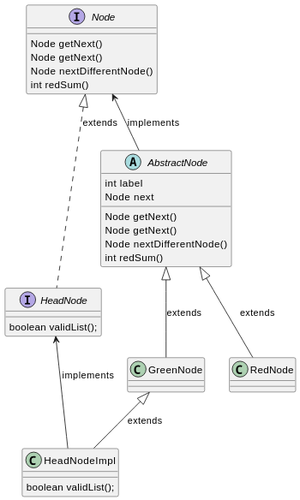
This is img/diagrams/plantuml/ass3_ex1.svg from unibz-oofp-25-26/unibz-oofp-25-26.github.io, a PlantUML export, as it was before one commit. The source it was exported from:
```plantuml
@startuml
scale 250 width

interface Node {
 Node getNext()
 Node getNext()
 Node nextDifferentNode()
 int redSum()
}

interface HeadNode {
  boolean validList();
}

abstract class AbstractNode {
 int label
 Node next

 Node getNext()
 Node getNext()
 Node nextDifferentNode()
 int redSum()

}

class GreenNode {

}

class RedNode {

}

class HeadNodeImpl {
  boolean validList();
}

GreenNode <|-- HeadNodeImpl : extends
AbstractNode <|-- RedNode : extends
AbstractNode <|-- GreenNode : extends

Node <|.. HeadNode : extends


HeadNode <-- HeadNodeImpl : implements
Node <-- AbstractNode : implements
@enduml
```
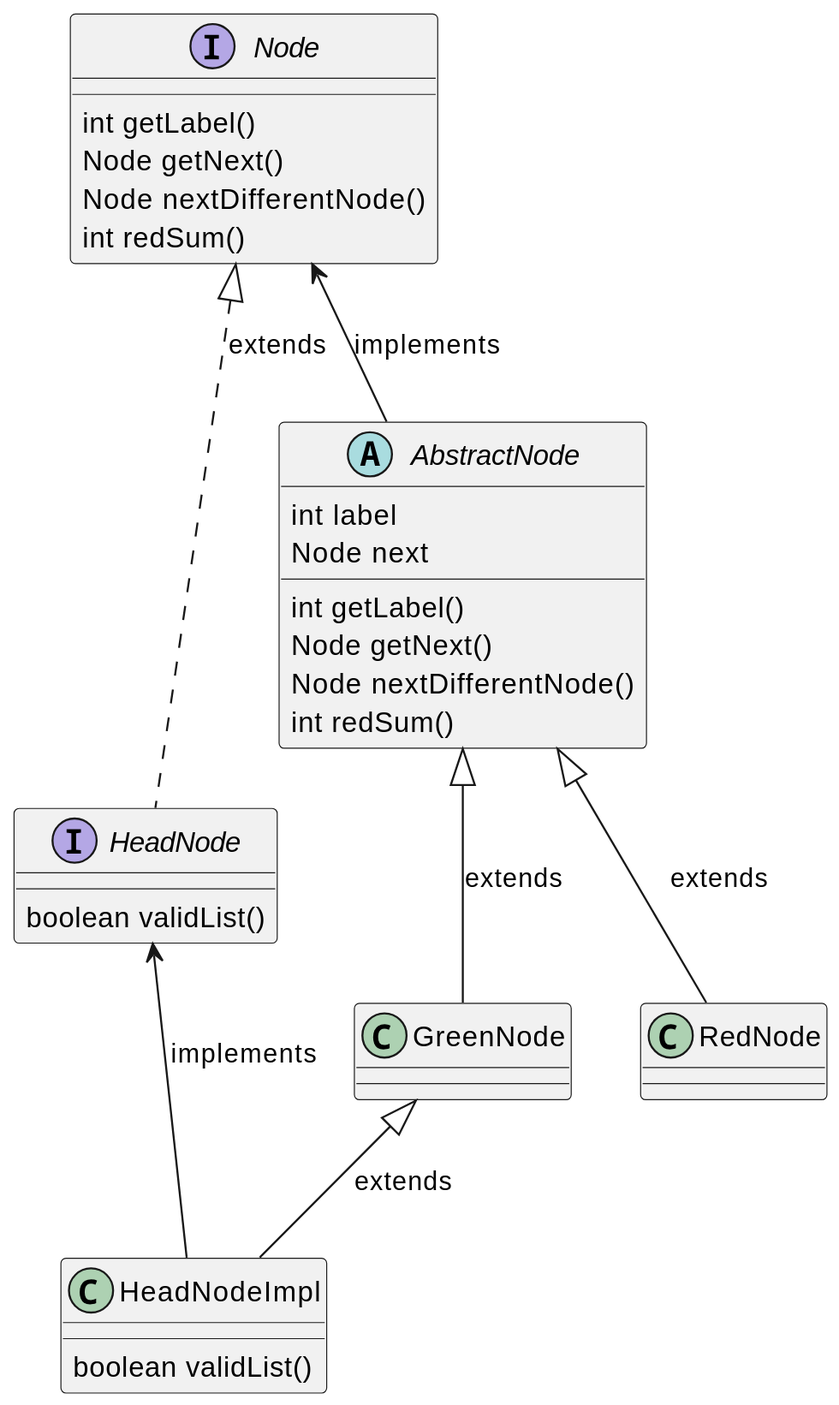
Above is the later version.

The edit, as a diff of the source:
```diff
@@ -1,22 +1,22 @@
 @startuml
-scale 250 width
+scale 700 width
 
 interface Node {
- Node getNext()
+ int getLabel()
  Node getNext()
  Node nextDifferentNode()
  int redSum()
 }
 
 interface HeadNode {
-  boolean validList();
+  boolean validList()
 }
 
 abstract class AbstractNode {
  int label
  Node next
 
- Node getNext()
+ int getLabel()
  Node getNext()
  Node nextDifferentNode()
  int redSum()
@@ -32,7 +32,7 @@
 }
 
 class HeadNodeImpl {
-  boolean validList();
+  boolean validList()
 }
 
 GreenNode <|-- HeadNodeImpl : extends
```
